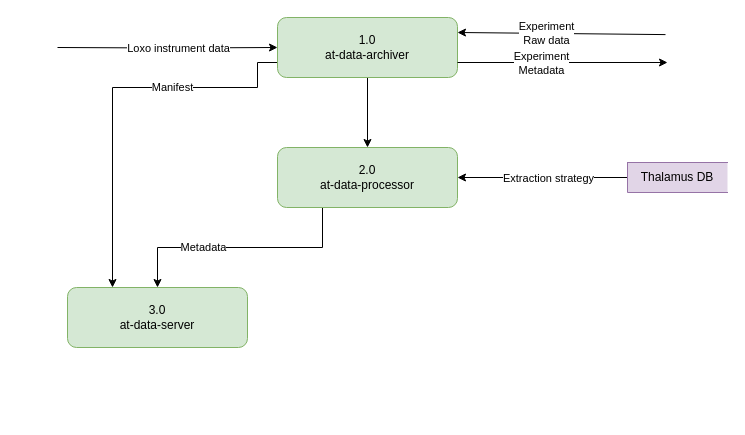
Before: Jarvis Level-1.drawio in roushanatlcci/testRepo, a draw.io diagram. Source tidied: cells renumbered, new cells numbered last; positions are measured from the earlier drawing's top-left corner, leaving out a move shared by most shapes. Both pictures are drawn from the tidied source at 100%, with x=0, y=0 at pixel (57, 17).
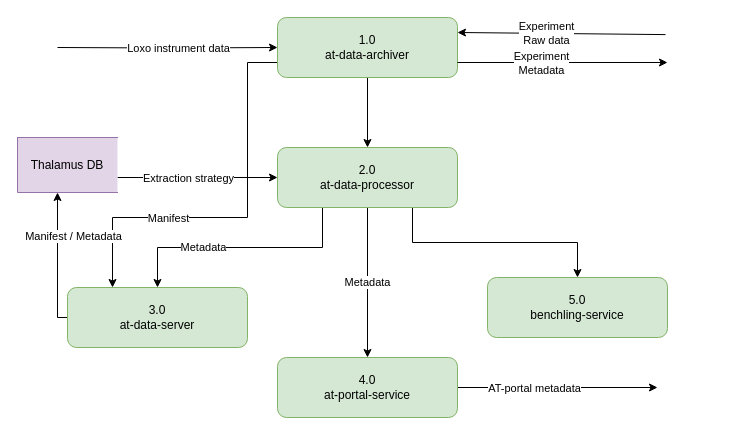
After the change.

Unchanged cells that the change refers to:
```xml
<mxCell id="5" value="1.0&lt;br&gt;at-data-archiver" style="rounded=1;whiteSpace=wrap;html=1;fillColor=#d5e8d4;strokeColor=#82b366;" parent="1" vertex="1">
  <mxGeometry x="220" width="180" height="60" as="geometry" />
</mxCell>
<mxCell id="14" value="2.0&lt;br&gt;at-data-processor" style="rounded=1;whiteSpace=wrap;html=1;fillColor=#d5e8d4;strokeColor=#82b366;" parent="1" vertex="1">
  <mxGeometry x="220" y="130" width="180" height="60" as="geometry" />
</mxCell>
<mxCell id="18" value="3.0&lt;br&gt;at-data-server" style="rounded=1;whiteSpace=wrap;html=1;fillColor=#d5e8d4;strokeColor=#82b366;" parent="1" vertex="1">
  <mxGeometry x="10" y="270" width="180" height="60" as="geometry" />
</mxCell>
```

Change to the diagram source:
```diff
@@
     <mxCell id="3" style="edgeStyle=orthogonalEdgeStyle;rounded=0;jettySize=auto;html=1;exitX=0;exitY=0.75;exitDx=0;exitDy=0;entryX=0.25;entryY=0;entryDx=0;entryDy=0;" parent="1" edge="1" source="5" target="18">
       <mxGeometry relative="1" as="geometry">
         <Array as="points">
-          <mxPoint x="200" y="45" />
-          <mxPoint x="200" y="70" />
-          <mxPoint x="55" y="70" />
+          <mxPoint x="190" y="45" />
+          <mxPoint x="190" y="200" />
+          <mxPoint x="55" y="200" />
         </Array>
       </mxGeometry>
     </mxCell>
     <mxCell id="4" value="Manifest" style="edgeLabel;html=1;align=center;verticalAlign=middle;" parent="3" vertex="1">
-      <mxGeometry x="-0.33" y="-1" relative="1" as="geometry" />
+      <mxGeometry x="-0.33" y="-1" relative="1" as="geometry">
+        <mxPoint x="-79" y="54" as="offset" />
+      </mxGeometry>
     </mxCell>
@@
+    <mxCell id="19" value="Metadata" style="edgeStyle=orthogonalEdgeStyle;rounded=0;jettySize=auto;html=1;" parent="1" edge="1" source="14" target="25">
+      <mxGeometry relative="1" as="geometry" />
+    </mxCell>
+    <mxCell id="20" style="edgeStyle=orthogonalEdgeStyle;rounded=0;jettySize=auto;html=1;exitX=0.75;exitY=1;exitDx=0;exitDy=0;" parent="1" edge="1" source="14" target="26">
+      <mxGeometry relative="1" as="geometry" />
+    </mxCell>
@@
-    <mxCell id="15" style="edgeStyle=orthogonalEdgeStyle;rounded=0;jettySize=auto;html=1;entryX=1;entryY=0.5;entryDx=0;entryDy=0;" parent="1" edge="1" source="17" target="14">
-      <mxGeometry relative="1" as="geometry" />
+    <mxCell id="15" style="edgeStyle=orthogonalEdgeStyle;rounded=0;jettySize=auto;html=1;entryX=0;entryY=0.5;entryDx=0;entryDy=0;" parent="1" edge="1" source="17" target="14">
+      <mxGeometry relative="1" as="geometry">
+        <Array as="points">
+          <mxPoint x="110" y="160" />
+          <mxPoint x="110" y="160" />
+        </Array>
+      </mxGeometry>
     </mxCell>
     <mxCell id="16" value="Extraction strategy" style="edgeLabel;html=1;align=center;verticalAlign=middle;" parent="15" vertex="1">
       <mxGeometry x="0.2" relative="1" as="geometry">
-        <mxPoint x="22" as="offset" />
+        <mxPoint x="-26" as="offset" />
       </mxGeometry>
     </mxCell>
     <mxCell id="17" value="Thalamus DB" style="html=1;dashed=0;whiteSpace=wrap;shape=partialRectangle;right=0;fillColor=#e1d5e7;strokeColor=#9673a6;" parent="1" vertex="1">
-      <mxGeometry x="570" y="145" width="100" height="30" as="geometry" />
+      <mxGeometry x="-40" y="120" width="100" height="55" as="geometry" />
     </mxCell>
+    <mxCell id="21" style="edgeStyle=orthogonalEdgeStyle;rounded=0;jettySize=auto;html=1;exitX=0;exitY=0.5;exitDx=0;exitDy=0;" parent="1" edge="1" source="18">
+      <mxGeometry relative="1" as="geometry">
+        <mxPoint y="175" as="targetPoint" />
+        <Array as="points">
+          <mxPoint y="300" />
+          <mxPoint y="175" />
+        </Array>
+      </mxGeometry>
+    </mxCell>
+    <mxCell id="22" value="Manifest / Metadata" style="edgeLabel;html=1;align=center;verticalAlign=middle;" parent="21" vertex="1">
+      <mxGeometry x="0.37" relative="1" as="geometry">
+        <mxPoint x="15" as="offset" />
+      </mxGeometry>
+    </mxCell>
@@
+    <mxCell id="23" style="edgeStyle=orthogonalEdgeStyle;rounded=0;jettySize=auto;html=1;exitX=1;exitY=0.5;exitDx=0;exitDy=0;" parent="1" edge="1" source="25">
+      <mxGeometry relative="1" as="geometry">
+        <mxPoint x="600" y="370" as="targetPoint" />
+      </mxGeometry>
+    </mxCell>
+    <mxCell id="24" value="AT-portal metadata" style="edgeLabel;html=1;align=center;verticalAlign=middle;" parent="23" vertex="1">
+      <mxGeometry x="-0.24" relative="1" as="geometry" />
+    </mxCell>
+    <mxCell id="25" value="4.0&lt;br&gt;at-portal-service" style="rounded=1;whiteSpace=wrap;html=1;fillColor=#d5e8d4;strokeColor=#82b366;" parent="1" vertex="1">
+      <mxGeometry x="220" y="340" width="180" height="60" as="geometry" />
+    </mxCell>
+    <mxCell id="26" value="5.0&lt;br&gt;benchling-service" style="rounded=1;whiteSpace=wrap;html=1;fillColor=#d5e8d4;strokeColor=#82b366;" parent="1" vertex="1">
+      <mxGeometry x="430" y="260" width="180" height="60" as="geometry" />
+    </mxCell>
```
